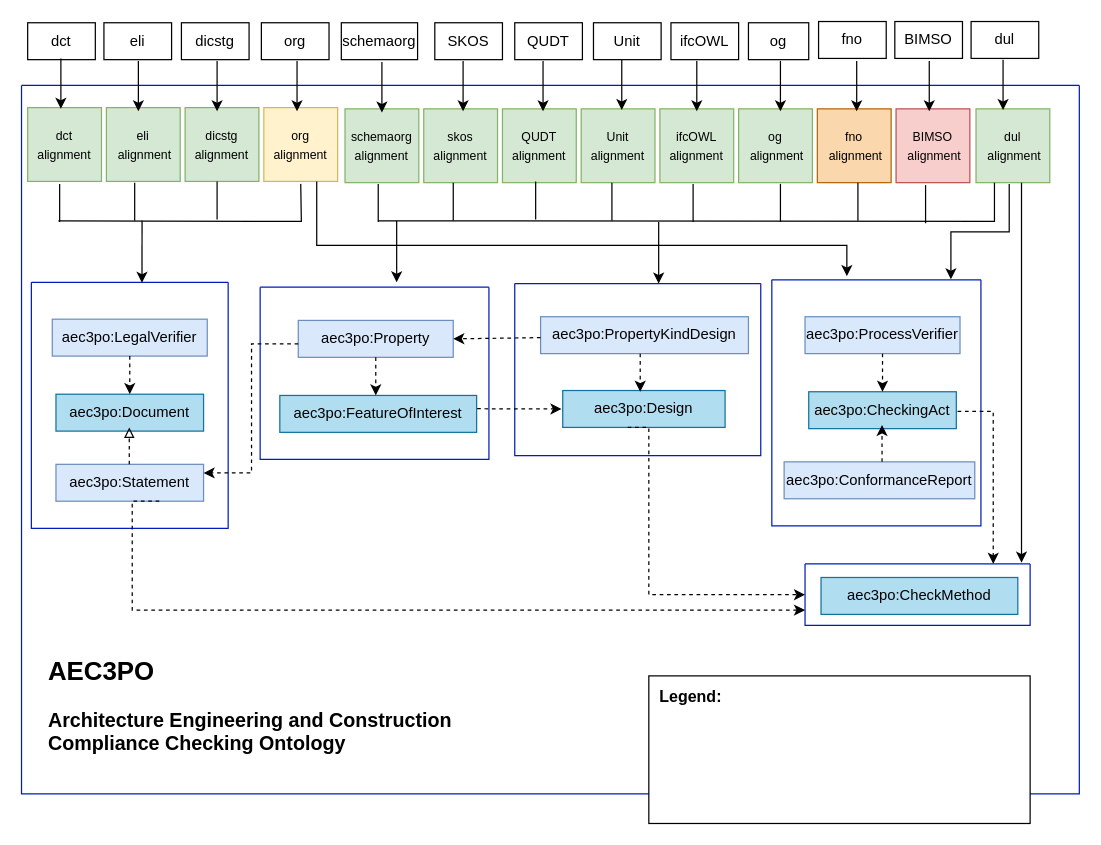
Earlier version of the draw.io diagram page "Alignment" (14 of 14) of resources/aec3po.drawio (Accord-Project/aec3po). Source tidied: cells renumbered, new cells numbered last; positions are measured from the earlier drawing's top-left corner, leaving out a move shared by most shapes. Both pictures are drawn from the tidied source at 123%, with x=0, y=0 at pixel (21, 21).
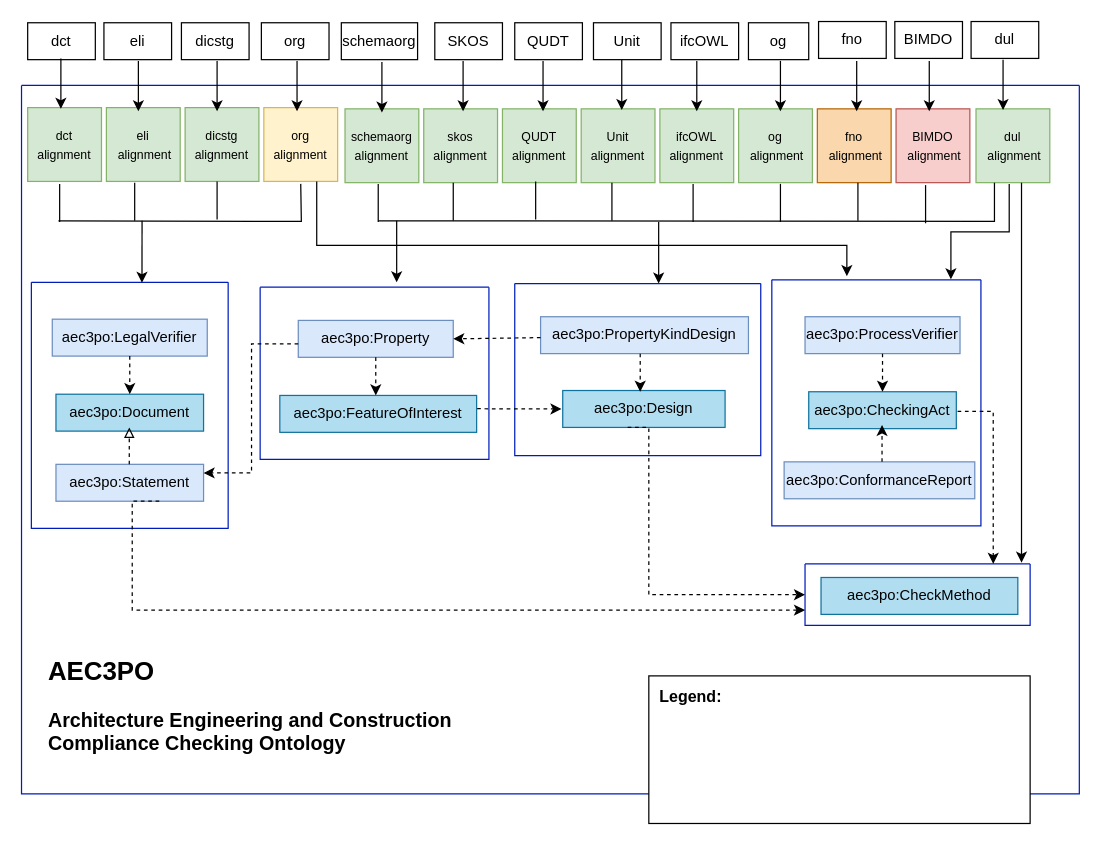
The same diagram, later.

Diff of the diagram source:
```diff
@@
-    <mxCell id="40" value="&lt;font style=&quot;font-size: 10px;&quot;&gt;BIMSO&lt;br&gt;&amp;nbsp;alignment&lt;/font&gt;" style="whiteSpace=wrap;html=1;fillColor=#f8cecc;strokeColor=#b85450;" parent="1" vertex="1">
+    <mxCell id="40" value="&lt;font style=&quot;font-size: 10px;&quot;&gt;BIMDO&lt;br&gt;&amp;nbsp;alignment&lt;/font&gt;" style="whiteSpace=wrap;html=1;fillColor=#f8cecc;strokeColor=#b85450;" parent="1" vertex="1">
       <mxGeometry x="711" y="71" width="60" height="60" as="geometry" />
     </mxCell>
@@
-    <mxCell id="73" value="BIMSO" style="rounded=0;whiteSpace=wrap;html=1;" parent="1" vertex="1">
+    <mxCell id="73" value="BIMDO" style="rounded=0;whiteSpace=wrap;html=1;" parent="1" vertex="1">
       <mxGeometry x="710" width="55" height="30" as="geometry" />
     </mxCell>
```
